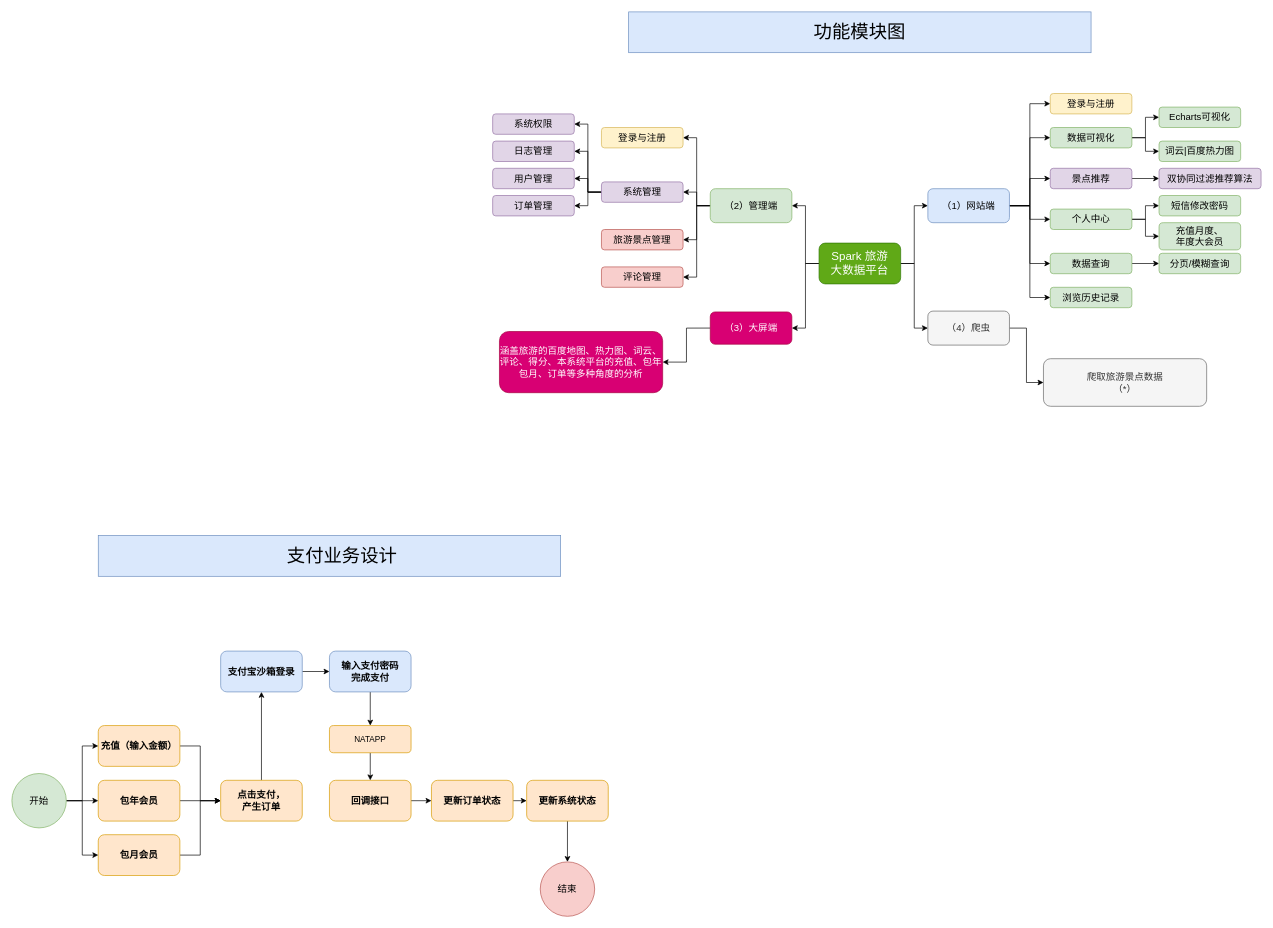
The draw.io diagram SPARK/04-Tour.drawio in redcomet88/DRAW, before the edit. Source tidied: cells renumbered, new cells numbered last; positions are measured from the earlier drawing's top-left corner, leaving out a move shared by most shapes. Both pictures are drawn from the tidied source at 68%, with x=0, y=0 at pixel (12, 12).
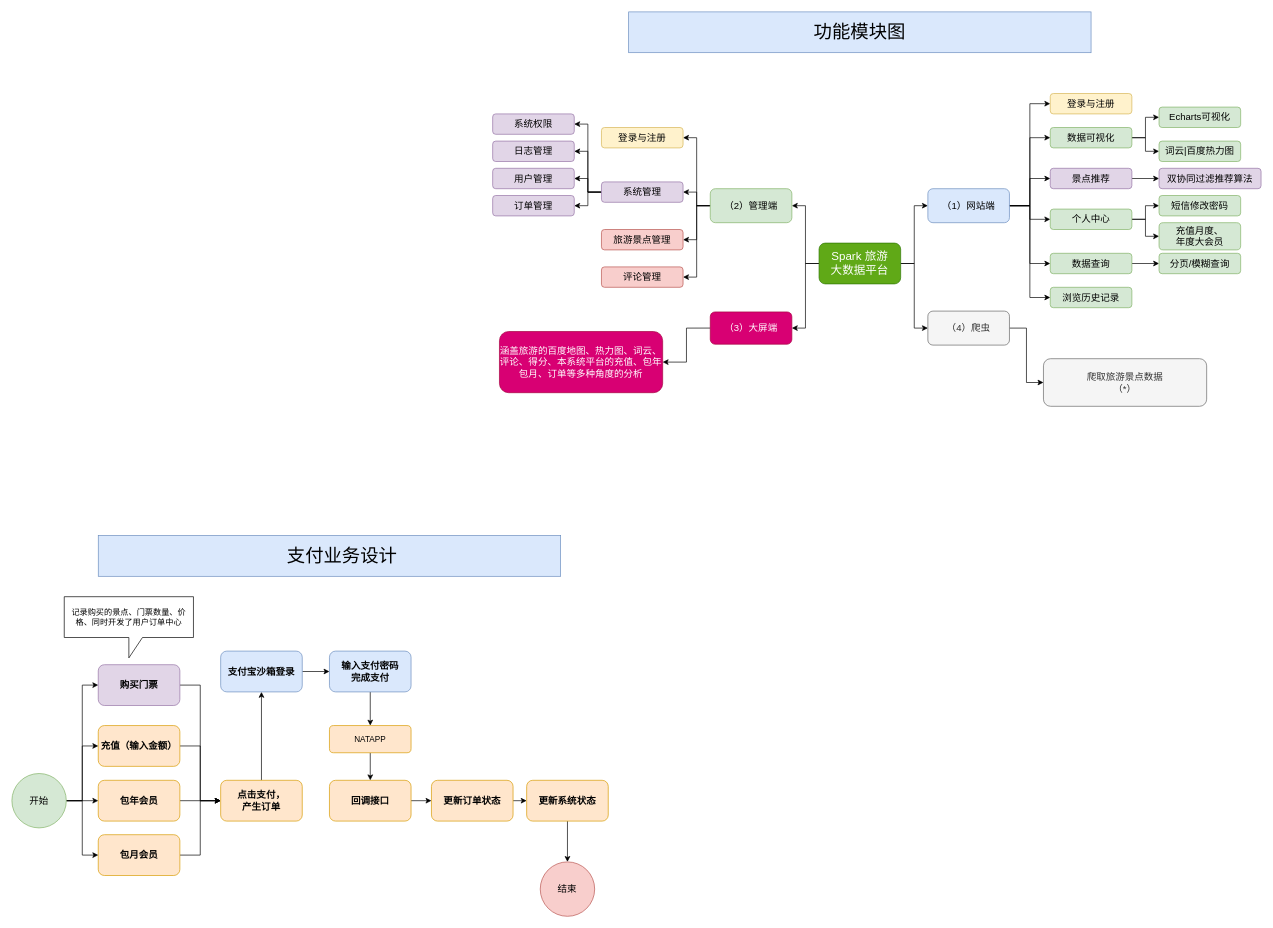
The same diagram, later.

Unchanged cells that the change refers to:
```xml
<mxCell id="62" value="点击支付，&lt;br&gt;产生订单" style="rounded=1;whiteSpace=wrap;html=1;fontStyle=1;fontSize=14;fillColor=#ffe6cc;strokeColor=#d79b00;" parent="1" vertex="1">
  <mxGeometry x="307" y="1130" width="120" height="60" as="geometry" />
</mxCell>
<mxCell id="76" value="开始" style="ellipse;whiteSpace=wrap;html=1;fontSize=14;fillColor=#d5e8d4;strokeColor=#82b366;" parent="1" vertex="1">
  <mxGeometry y="1120" width="80" height="80" as="geometry" />
</mxCell>
```

What changed in the source:
```diff
@@
+    <mxCell id="83" style="edgeStyle=orthogonalEdgeStyle;rounded=0;jettySize=auto;html=1;exitX=1;exitY=0.5;exitDx=0;exitDy=0;entryX=0;entryY=0.5;entryDx=0;entryDy=0;" parent="1" edge="1" source="76" target="85">
+      <mxGeometry relative="1" as="geometry" />
+    </mxCell>
@@
+    <mxCell id="84" style="edgeStyle=orthogonalEdgeStyle;rounded=0;jettySize=auto;html=1;exitX=1;exitY=0.5;exitDx=0;exitDy=0;entryX=0;entryY=0.5;entryDx=0;entryDy=0;" parent="1" edge="1" source="85" target="62">
+      <mxGeometry relative="1" as="geometry" />
+    </mxCell>
+    <mxCell id="85" value="购买门票" style="rounded=1;whiteSpace=wrap;html=1;fontStyle=1;fontSize=14;fillColor=#e1d5e7;strokeColor=#9673a6;" parent="1" vertex="1">
+      <mxGeometry x="127" y="960" width="120" height="60" as="geometry" />
+    </mxCell>
+    <mxCell id="86" value="记录购买的景点、门票数量、价格、同时开发了用户订单中心" style="shape=callout;whiteSpace=wrap;html=1;perimeter=calloutPerimeter;" parent="1" vertex="1">
+      <mxGeometry x="77" y="860" width="190" height="90" as="geometry" />
+    </mxCell>
```
